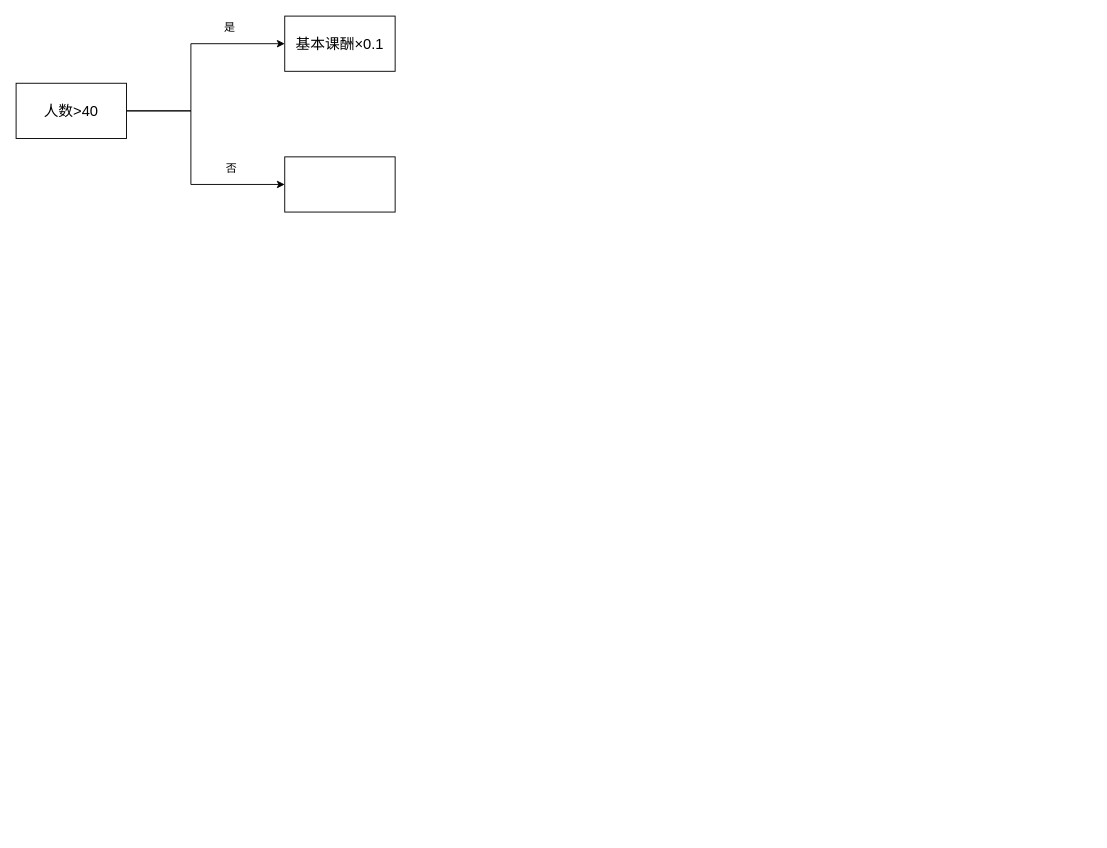
This is all/4-2.drawio from Dev-AHeng/iodraw-files, a draw.io file, before an edit. Source tidied: cells renumbered, new cells numbered last; positions are measured from the earlier drawing's top-left corner, leaving out a move shared by most shapes. Both pictures are drawn from the tidied source at 92%, with x=0, y=0 at pixel (16, 16).
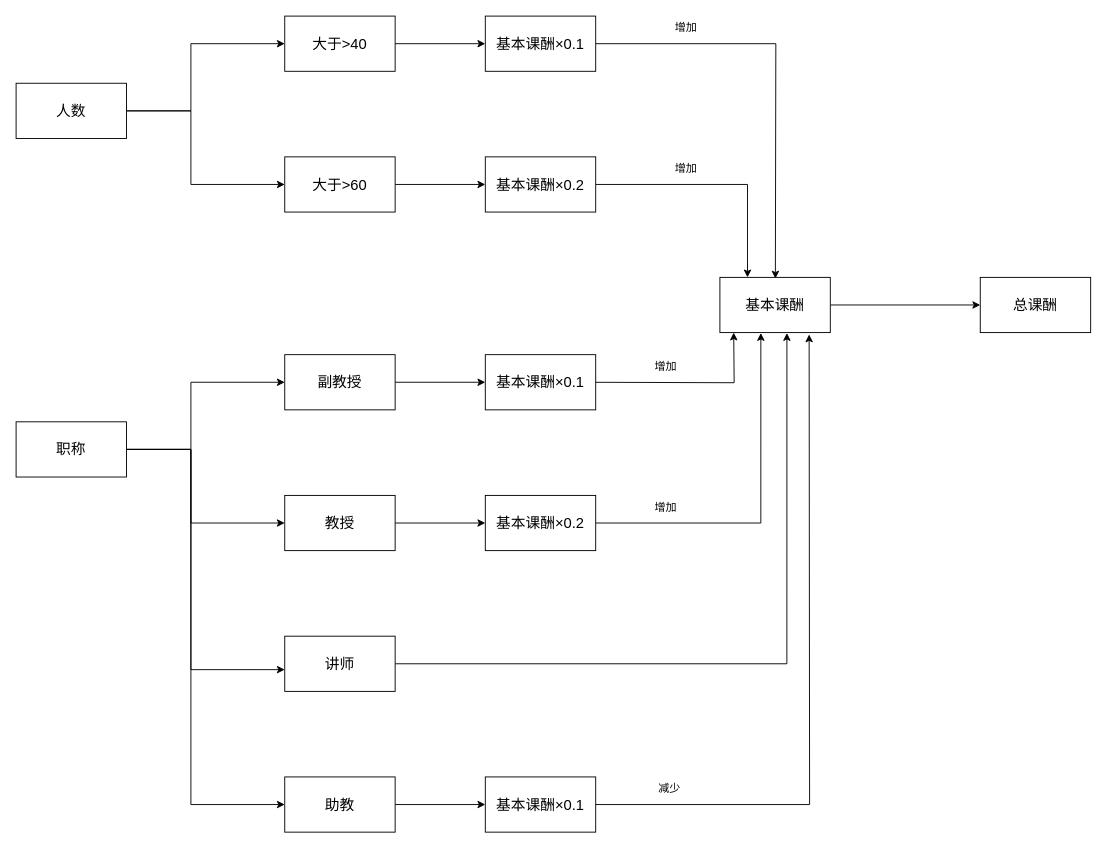
Above is the later version.

Diff of the diagram source:
```diff
@@
-    <mxCell id="4" value="&lt;p class=&quot;MsoNormal&quot;&gt;&lt;span style=&quot;mso-spacerun:'yes';font-family:宋体;mso-ascii-font-family:Calibri;&lt;br/&gt;mso-hansi-font-family:Calibri;mso-bidi-font-family:'Times New Roman';font-size:12.0000pt;&lt;br/&gt;mso-font-kerning:1.0000pt;&quot;&gt;人数&amp;gt;40&lt;/span&gt;&lt;/p&gt;" style="rounded=0;whiteSpace=wrap;html=1;" parent="1" vertex="1">
+    <mxCell id="4" value="&lt;p class=&quot;MsoNormal&quot;&gt;&lt;span style=&quot;mso-spacerun:'yes';font-family:宋体;mso-ascii-font-family:Calibri;&lt;br/&gt;mso-hansi-font-family:Calibri;mso-bidi-font-family:'Times New Roman';font-size:12.0000pt;&lt;br/&gt;mso-font-kerning:1.0000pt;&quot;&gt;人数&lt;/span&gt;&lt;/p&gt;" style="rounded=0;whiteSpace=wrap;html=1;" parent="1" vertex="1">
       <mxGeometry y="73" width="120" height="60" as="geometry" />
     </mxCell>
+    <mxCell id="9" style="edgeStyle=orthogonalEdgeStyle;rounded=0;jettySize=auto;html=1;" parent="1" edge="1" source="5" target="12">
+      <mxGeometry relative="1" as="geometry" />
+    </mxCell>
-    <mxCell id="5" value="&lt;p class=&quot;MsoNormal&quot;&gt;&lt;span style=&quot;mso-spacerun:'yes';font-family:宋体;mso-ascii-font-family:Calibri;&lt;br/&gt;mso-hansi-font-family:Calibri;mso-bidi-font-family:'Times New Roman';font-size:12.0000pt;&lt;br/&gt;mso-font-kerning:1.0000pt;&quot;&gt;&lt;font face=&quot;宋体&quot;&gt;基本课酬&lt;/font&gt;×&lt;font face=&quot;Calibri&quot;&gt;0.1&lt;/font&gt;&lt;/span&gt;&lt;/p&gt;" style="whiteSpace=wrap;html=1;rounded=0;" parent="1" vertex="1">
+    <mxCell id="5" value="&lt;p class=&quot;MsoNormal&quot;&gt;&lt;font face=&quot;宋体&quot;&gt;&lt;span style=&quot;font-size: 16px;&quot;&gt;大于&amp;gt;40&lt;/span&gt;&lt;/font&gt;&lt;/p&gt;" style="whiteSpace=wrap;html=1;rounded=0;" parent="1" vertex="1">
       <mxGeometry x="292" width="120" height="60" as="geometry" />
     </mxCell>
+    <mxCell id="10" style="edgeStyle=orthogonalEdgeStyle;rounded=0;jettySize=auto;html=1;" parent="1" edge="1" source="6" target="14">
+      <mxGeometry relative="1" as="geometry" />
+    </mxCell>
-    <mxCell id="6" style="whiteSpace=wrap;html=1;rounded=0;" parent="1" vertex="1">
+    <mxCell id="6" value="&lt;span style=&quot;font-family: 宋体; font-size: 16px;&quot;&gt;大于&amp;gt;60&lt;/span&gt;" style="whiteSpace=wrap;html=1;rounded=0;" parent="1" vertex="1">
       <mxGeometry x="292" y="153" width="120" height="60" as="geometry" />
     </mxCell>
-    <mxCell id="7" value="是" style="text;html=1;align=center;verticalAlign=middle;strokeColor=none;fillColor=none;" parent="1" vertex="1">
-      <mxGeometry x="217" width="30" height="26" as="geometry" />
-    </mxCell>
-    <mxCell id="8" value="否" style="text;html=1;align=center;verticalAlign=middle;strokeColor=none;fillColor=none;" parent="1" vertex="1">
-      <mxGeometry x="219" y="153" width="30" height="26" as="geometry" />
-    </mxCell>
+    <mxCell id="11" style="edgeStyle=orthogonalEdgeStyle;rounded=0;jettySize=auto;html=1;" parent="1" edge="1" source="12">
+      <mxGeometry relative="1" as="geometry">
+        <mxPoint x="825.3" y="285.3" as="targetPoint" />
+      </mxGeometry>
+    </mxCell>
+    <mxCell id="12" value="&lt;p class=&quot;MsoNormal&quot;&gt;&lt;span style=&quot;mso-spacerun:'yes';font-family:宋体;mso-ascii-font-family:Calibri;&lt;br/&gt;mso-hansi-font-family:Calibri;mso-bidi-font-family:'Times New Roman';font-size:12.0000pt;&lt;br/&gt;mso-font-kerning:1.0000pt;&quot;&gt;&lt;font face=&quot;宋体&quot;&gt;基本课酬&lt;/font&gt;×&lt;font face=&quot;Calibri&quot;&gt;0.1&lt;/font&gt;&lt;/span&gt;&lt;/p&gt;" style="whiteSpace=wrap;html=1;rounded=0;" parent="1" vertex="1">
+      <mxGeometry x="510" width="120" height="60" as="geometry" />
+    </mxCell>
+    <mxCell id="13" style="edgeStyle=orthogonalEdgeStyle;rounded=0;jettySize=auto;html=1;entryX=0.25;entryY=0;entryDx=0;entryDy=0;" parent="1" edge="1" source="14" target="28">
+      <mxGeometry relative="1" as="geometry" />
+    </mxCell>
+    <mxCell id="14" value="&lt;p class=&quot;MsoNormal&quot;&gt;&lt;span style=&quot;mso-spacerun:'yes';font-family:宋体;mso-ascii-font-family:Calibri;&lt;br/&gt;mso-hansi-font-family:Calibri;mso-bidi-font-family:'Times New Roman';font-size:12.0000pt;&lt;br/&gt;mso-font-kerning:1.0000pt;&quot;&gt;&lt;font face=&quot;宋体&quot;&gt;基本课酬&lt;/font&gt;×&lt;font face=&quot;Calibri&quot;&gt;0.2&lt;/font&gt;&lt;/span&gt;&lt;/p&gt;" style="whiteSpace=wrap;html=1;rounded=0;" parent="1" vertex="1">
+      <mxGeometry x="510" y="153" width="120" height="60" as="geometry" />
+    </mxCell>
+    <mxCell id="15" style="edgeStyle=orthogonalEdgeStyle;rounded=0;jettySize=auto;html=1;exitX=1;exitY=0.5;exitDx=0;exitDy=0;entryX=0;entryY=0.5;entryDx=0;entryDy=0;" parent="1" edge="1" source="18" target="20">
+      <mxGeometry relative="1" as="geometry">
+        <Array as="points">
+          <mxPoint x="190" y="471" />
+          <mxPoint x="190" y="398" />
+        </Array>
+      </mxGeometry>
+    </mxCell>
+    <mxCell id="16" style="edgeStyle=orthogonalEdgeStyle;rounded=0;jettySize=auto;html=1;exitX=1;exitY=0.5;exitDx=0;exitDy=0;entryX=0;entryY=0.5;entryDx=0;entryDy=0;" parent="1" edge="1" source="18" target="22">
+      <mxGeometry relative="1" as="geometry">
+        <Array as="points">
+          <mxPoint x="190" y="471" />
+          <mxPoint x="190" y="551" />
+        </Array>
+      </mxGeometry>
+    </mxCell>
+    <mxCell id="17" style="edgeStyle=orthogonalEdgeStyle;rounded=0;jettySize=auto;html=1;entryX=0;entryY=0.5;entryDx=0;entryDy=0;" parent="1" edge="1" source="18" target="33">
+      <mxGeometry relative="1" as="geometry">
+        <Array as="points">
+          <mxPoint x="190" y="471" />
+          <mxPoint x="190" y="857" />
+        </Array>
+      </mxGeometry>
+    </mxCell>
+    <mxCell id="18" value="&lt;p class=&quot;MsoNormal&quot;&gt;&lt;span style=&quot;mso-spacerun:'yes';font-family:宋体;mso-ascii-font-family:Calibri;&lt;br/&gt;mso-hansi-font-family:Calibri;mso-bidi-font-family:'Times New Roman';font-size:12.0000pt;&lt;br/&gt;mso-font-kerning:1.0000pt;&quot;&gt;职称&lt;/span&gt;&lt;/p&gt;" style="rounded=0;whiteSpace=wrap;html=1;" parent="1" vertex="1">
+      <mxGeometry y="441" width="120" height="60" as="geometry" />
+    </mxCell>
+    <mxCell id="19" style="edgeStyle=orthogonalEdgeStyle;rounded=0;jettySize=auto;html=1;" parent="1" edge="1" source="20" target="24">
+      <mxGeometry relative="1" as="geometry" />
+    </mxCell>
+    <mxCell id="20" value="&lt;p class=&quot;MsoNormal&quot;&gt;&lt;font face=&quot;宋体&quot;&gt;&lt;span style=&quot;font-size: 16px;&quot;&gt;副教授&lt;/span&gt;&lt;/font&gt;&lt;/p&gt;" style="whiteSpace=wrap;html=1;rounded=0;" parent="1" vertex="1">
+      <mxGeometry x="292" y="368" width="120" height="60" as="geometry" />
+    </mxCell>
+    <mxCell id="21" style="edgeStyle=orthogonalEdgeStyle;rounded=0;jettySize=auto;html=1;" parent="1" edge="1" source="22" target="26">
+      <mxGeometry relative="1" as="geometry" />
+    </mxCell>
+    <mxCell id="22" value="&lt;span style=&quot;font-family: 宋体; font-size: 16px;&quot;&gt;教授&lt;/span&gt;" style="whiteSpace=wrap;html=1;rounded=0;" parent="1" vertex="1">
+      <mxGeometry x="292" y="521" width="120" height="60" as="geometry" />
+    </mxCell>
+    <mxCell id="23" style="edgeStyle=orthogonalEdgeStyle;rounded=0;orthogonalLoop=1;jettySize=auto;html=1;entryX=0.25;entryY=1;entryDx=0;entryDy=0;" parent="1" edge="1">
+      <mxGeometry relative="1" as="geometry">
+        <mxPoint x="615" y="398" as="sourcePoint" />
+        <mxPoint x="780" y="344" as="targetPoint" />
+      </mxGeometry>
+    </mxCell>
+    <mxCell id="24" value="&lt;p class=&quot;MsoNormal&quot;&gt;&lt;span style=&quot;mso-spacerun:'yes';font-family:宋体;mso-ascii-font-family:Calibri;&lt;br/&gt;mso-hansi-font-family:Calibri;mso-bidi-font-family:'Times New Roman';font-size:12.0000pt;&lt;br/&gt;mso-font-kerning:1.0000pt;&quot;&gt;&lt;font face=&quot;宋体&quot;&gt;基本课酬&lt;/font&gt;×&lt;font face=&quot;Calibri&quot;&gt;0.1&lt;/font&gt;&lt;/span&gt;&lt;/p&gt;" style="whiteSpace=wrap;html=1;rounded=0;" parent="1" vertex="1">
+      <mxGeometry x="510" y="368" width="120" height="60" as="geometry" />
+    </mxCell>
+    <mxCell id="25" style="edgeStyle=orthogonalEdgeStyle;rounded=0;jettySize=auto;html=1;entryX=0.371;entryY=1.008;entryDx=0;entryDy=0;entryPerimeter=0;" parent="1" edge="1" source="26" target="28">
+      <mxGeometry relative="1" as="geometry" />
+    </mxCell>
+    <mxCell id="26" value="&lt;p class=&quot;MsoNormal&quot;&gt;&lt;span style=&quot;mso-spacerun:'yes';font-family:宋体;mso-ascii-font-family:Calibri;&lt;br/&gt;mso-hansi-font-family:Calibri;mso-bidi-font-family:'Times New Roman';font-size:12.0000pt;&lt;br/&gt;mso-font-kerning:1.0000pt;&quot;&gt;&lt;font face=&quot;宋体&quot;&gt;基本课酬&lt;/font&gt;×&lt;font face=&quot;Calibri&quot;&gt;0.2&lt;/font&gt;&lt;/span&gt;&lt;/p&gt;" style="whiteSpace=wrap;html=1;rounded=0;" parent="1" vertex="1">
+      <mxGeometry x="510" y="521" width="120" height="60" as="geometry" />
+    </mxCell>
+    <mxCell id="27" style="edgeStyle=orthogonalEdgeStyle;rounded=0;jettySize=auto;html=1;" parent="1" edge="1" source="28" target="40">
+      <mxGeometry relative="1" as="geometry" />
+    </mxCell>
+    <mxCell id="28" value="&lt;p class=&quot;MsoNormal&quot;&gt;&lt;span style=&quot;mso-spacerun:'yes';font-family:宋体;mso-ascii-font-family:Calibri;&lt;br/&gt;mso-hansi-font-family:Calibri;mso-bidi-font-family:'Times New Roman';font-size:12.0000pt;&lt;br/&gt;mso-font-kerning:1.0000pt;&quot;&gt;基本课酬&lt;/span&gt;&lt;/p&gt;" style="whiteSpace=wrap;html=1;" parent="1" vertex="1">
+      <mxGeometry x="765" y="284" width="120" height="60" as="geometry" />
+    </mxCell>
+    <mxCell id="29" style="edgeStyle=orthogonalEdgeStyle;rounded=0;jettySize=auto;html=1;entryX=0.607;entryY=1.008;entryDx=0;entryDy=0;entryPerimeter=0;" parent="1" edge="1" source="30" target="28">
+      <mxGeometry relative="1" as="geometry" />
+    </mxCell>
+    <mxCell id="30" value="&lt;font face=&quot;宋体&quot;&gt;&lt;span style=&quot;font-size: 16px;&quot;&gt;讲师&lt;/span&gt;&lt;/font&gt;" style="whiteSpace=wrap;html=1;rounded=0;" parent="1" vertex="1">
+      <mxGeometry x="292" y="674" width="120" height="60" as="geometry" />
+    </mxCell>
+    <mxCell id="31" style="edgeStyle=orthogonalEdgeStyle;rounded=0;jettySize=auto;html=1;entryX=0;entryY=0.606;entryDx=0;entryDy=0;entryPerimeter=0;" parent="1" edge="1" source="18" target="30">
+      <mxGeometry relative="1" as="geometry">
+        <Array as="points">
+          <mxPoint x="190" y="471" />
+          <mxPoint x="190" y="710" />
+        </Array>
+      </mxGeometry>
+    </mxCell>
+    <mxCell id="32" style="edgeStyle=orthogonalEdgeStyle;rounded=0;jettySize=auto;html=1;entryX=0;entryY=0.5;entryDx=0;entryDy=0;" parent="1" edge="1" source="33" target="41">
+      <mxGeometry relative="1" as="geometry" />
+    </mxCell>
+    <mxCell id="33" value="&lt;font face=&quot;宋体&quot;&gt;&lt;span style=&quot;font-size: 16px;&quot;&gt;助教&lt;/span&gt;&lt;/font&gt;" style="whiteSpace=wrap;html=1;rounded=0;" parent="1" vertex="1">
+      <mxGeometry x="292" y="827" width="120" height="60" as="geometry" />
+    </mxCell>
+    <mxCell id="34" style="edgeStyle=orthogonalEdgeStyle;rounded=0;jettySize=auto;html=1;exitX=1;exitY=0.5;exitDx=0;exitDy=0;" parent="1" edge="1" source="41">
+      <mxGeometry relative="1" as="geometry">
+        <mxPoint x="862" y="346" as="targetPoint" />
+      </mxGeometry>
+    </mxCell>
+    <mxCell id="35" value="增加" style="text;html=1;align=center;verticalAlign=middle;strokeColor=none;fillColor=none;" parent="1" vertex="1">
+      <mxGeometry x="707" width="42" height="26" as="geometry" />
+    </mxCell>
+    <mxCell id="36" value="增加" style="text;html=1;align=center;verticalAlign=middle;strokeColor=none;fillColor=none;" parent="1" vertex="1">
+      <mxGeometry x="707" y="153" width="42" height="26" as="geometry" />
+    </mxCell>
+    <mxCell id="37" value="增加" style="text;html=1;align=center;verticalAlign=middle;strokeColor=none;fillColor=none;" parent="1" vertex="1">
+      <mxGeometry x="685" y="368" width="42" height="26" as="geometry" />
+    </mxCell>
+    <mxCell id="38" value="增加" style="text;html=1;align=center;verticalAlign=middle;strokeColor=none;fillColor=none;" parent="1" vertex="1">
+      <mxGeometry x="685" y="521" width="42" height="26" as="geometry" />
+    </mxCell>
+    <mxCell id="39" value="减少" style="text;html=1;align=center;verticalAlign=middle;strokeColor=none;fillColor=none;" parent="1" vertex="1">
+      <mxGeometry x="689" y="827" width="42" height="26" as="geometry" />
+    </mxCell>
+    <mxCell id="40" value="&lt;p class=&quot;MsoNormal&quot;&gt;&lt;span style=&quot;mso-spacerun:'yes';font-family:宋体;mso-ascii-font-family:Calibri;&lt;br/&gt;mso-hansi-font-family:Calibri;mso-bidi-font-family:'Times New Roman';font-size:12.0000pt;&lt;br/&gt;mso-font-kerning:1.0000pt;&quot;&gt;总课酬&lt;/span&gt;&lt;/p&gt;" style="whiteSpace=wrap;html=1;" parent="1" vertex="1">
+      <mxGeometry x="1048" y="284" width="120" height="60" as="geometry" />
+    </mxCell>
+    <mxCell id="41" value="&lt;p class=&quot;MsoNormal&quot;&gt;&lt;span style=&quot;mso-spacerun:'yes';font-family:宋体;mso-ascii-font-family:Calibri;&lt;br/&gt;mso-hansi-font-family:Calibri;mso-bidi-font-family:'Times New Roman';font-size:12.0000pt;&lt;br/&gt;mso-font-kerning:1.0000pt;&quot;&gt;&lt;font face=&quot;宋体&quot;&gt;基本课酬&lt;/font&gt;×&lt;font face=&quot;Calibri&quot;&gt;0.1&lt;/font&gt;&lt;/span&gt;&lt;/p&gt;" style="whiteSpace=wrap;html=1;rounded=0;" parent="1" vertex="1">
+      <mxGeometry x="510" y="827" width="120" height="60" as="geometry" />
+    </mxCell>
```
